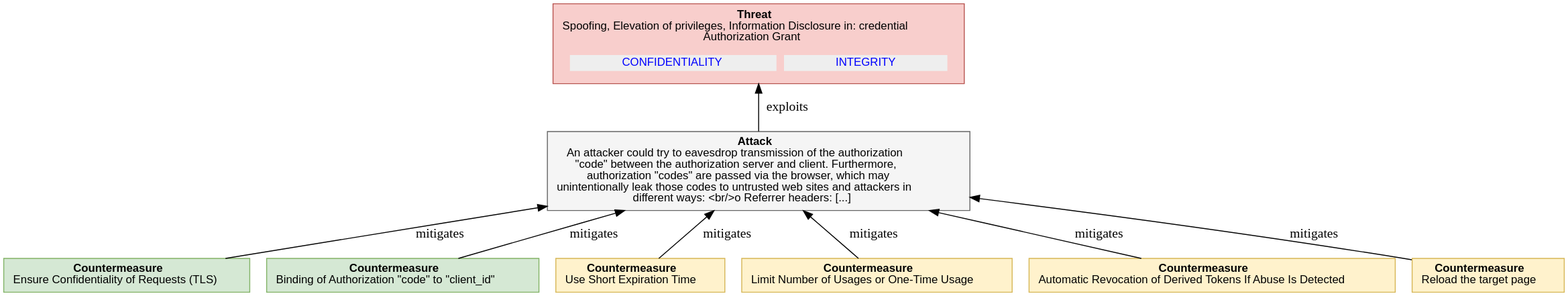
This is report-examples/OAuth2/img/threatTree/4_4_1_1_AUTH_CODE_DISCLOSURE.svg from DavidCervigni/threat-models, a PlantUML export, as it was before one commit. Its source is kept beside it as report-examples/OAuth2/img/threatTree/4_4_1_1_AUTH_CODE_DISCLOSURE.puml.
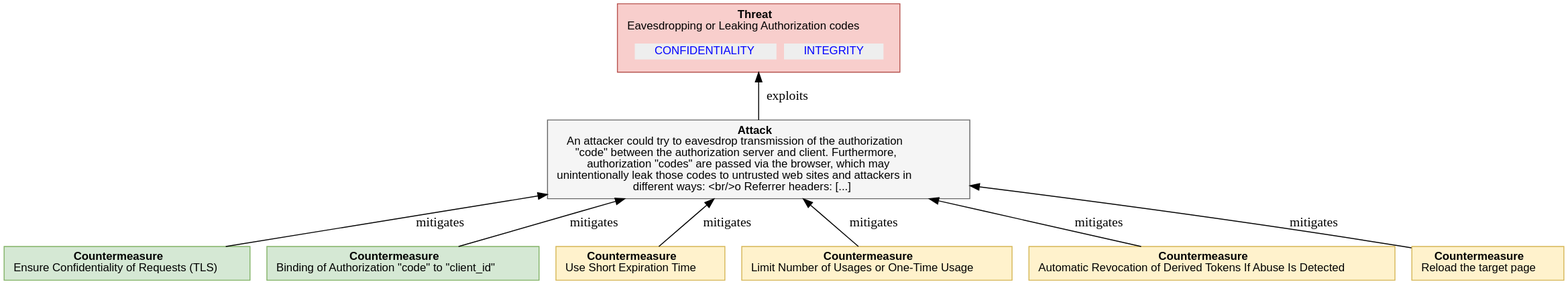
Above is the later version.

Change to the diagram source:
```diff
@@ -7,7 +7,7 @@
     <<table border="0" cellborder="0" cellspacing="0">
      <tr><td align="center"><b>Threat</b><br/>
 
-Spoofing, Elevation of privileges, Information Disclosure in: credential<br/>Authorization Grant
+Eavesdropping or Leaking Authorization codes
 </td></tr>
      <tr><td><table border="0" cellborder="0" cellspacing="8"><tr>
                 ret += secObj.linkedImpactMDText()
```
